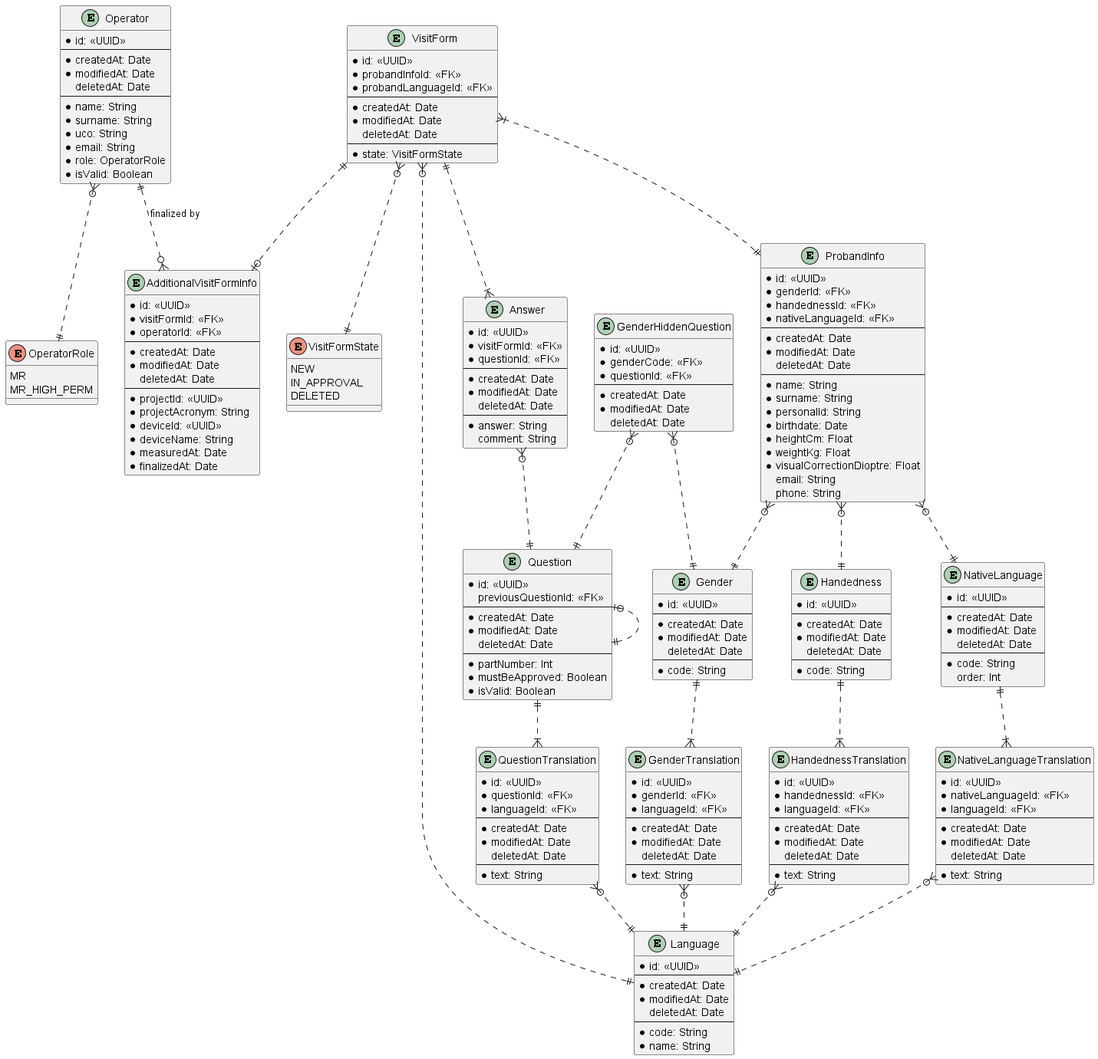
Earlier version of the PlantUML export docs/ERD.png (lukas-kratochvil/mafil-proband-safety-questionnaire).
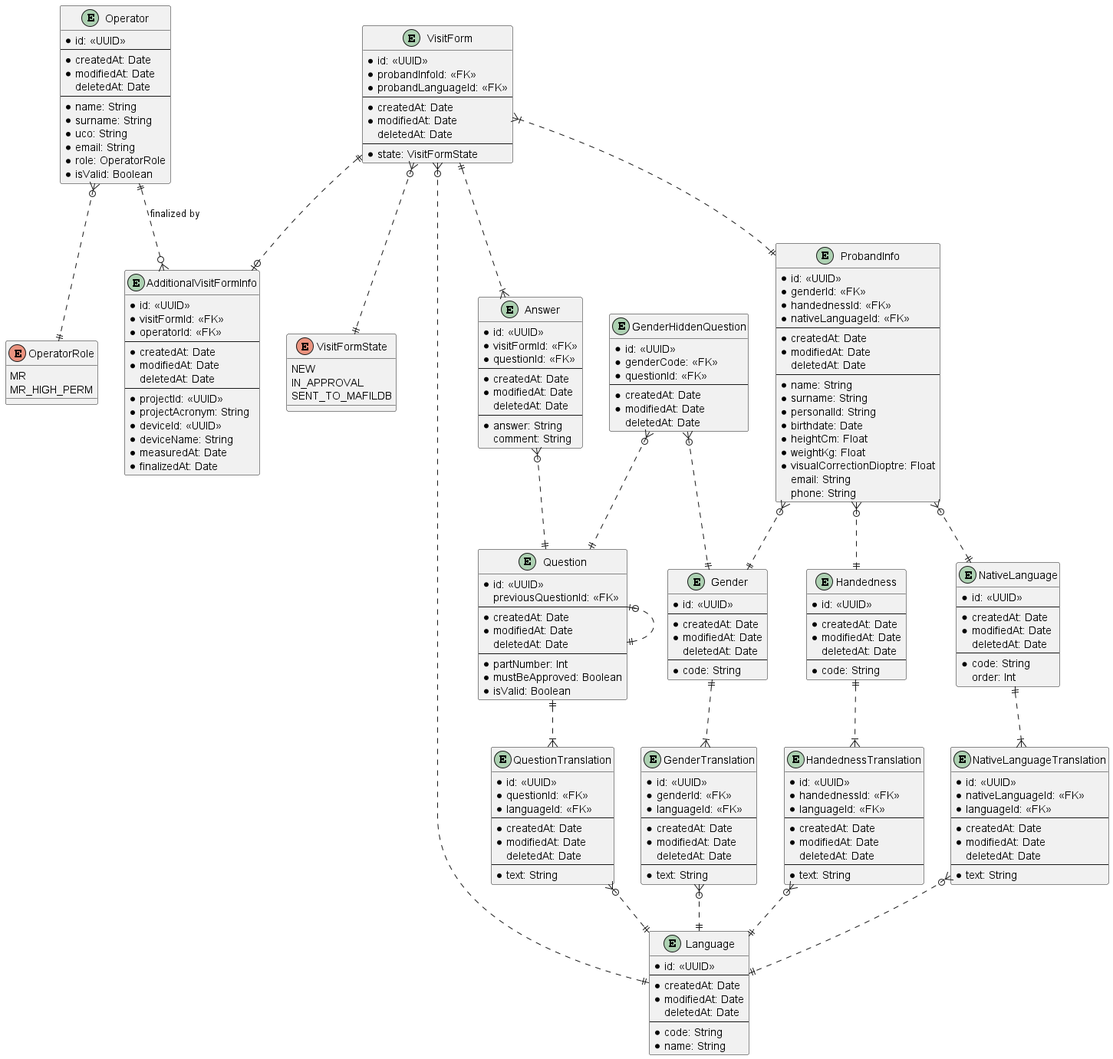
The same file after the commit.

Commit message:
feat: removed DELETED state from the VisitFormState enum and added SENT_TO_MAFILDB state

Change to the diagram source:
```diff
@@ -35,7 +35,7 @@
 enum VisitFormState {
   NEW
   IN_APPROVAL
-  DELETED
+  SENT_TO_MAFILDB
 }
 
 entity AdditionalVisitFormInfo {
```
